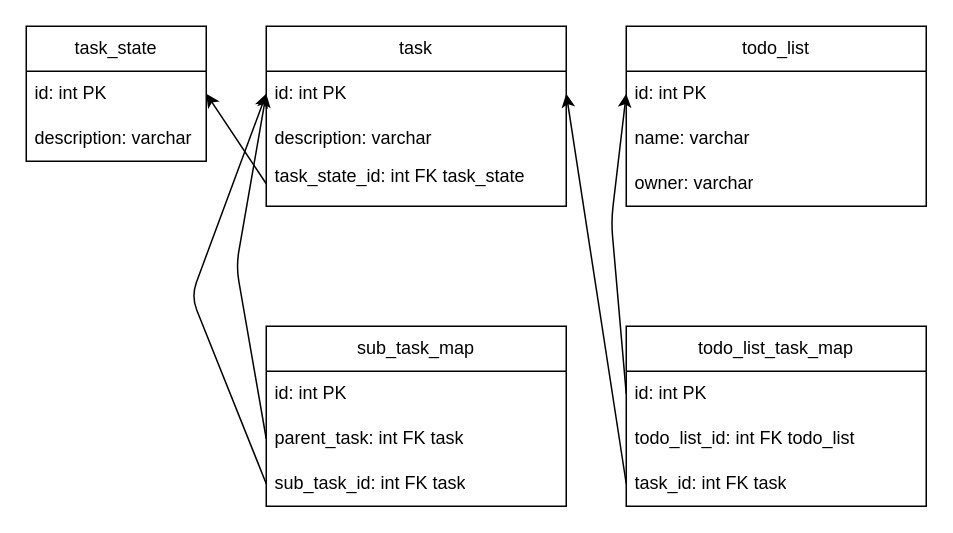
Above: doc/schema.drawio in DomenicoDErasmo/todo (draw.io), before the change. Source tidied: cells renumbered, new cells numbered last; positions are measured from the earlier drawing's top-left corner, leaving out a move shared by most shapes. Both pictures are drawn from the tidied source at 150%, with x=0, y=0 at pixel (26, 26).
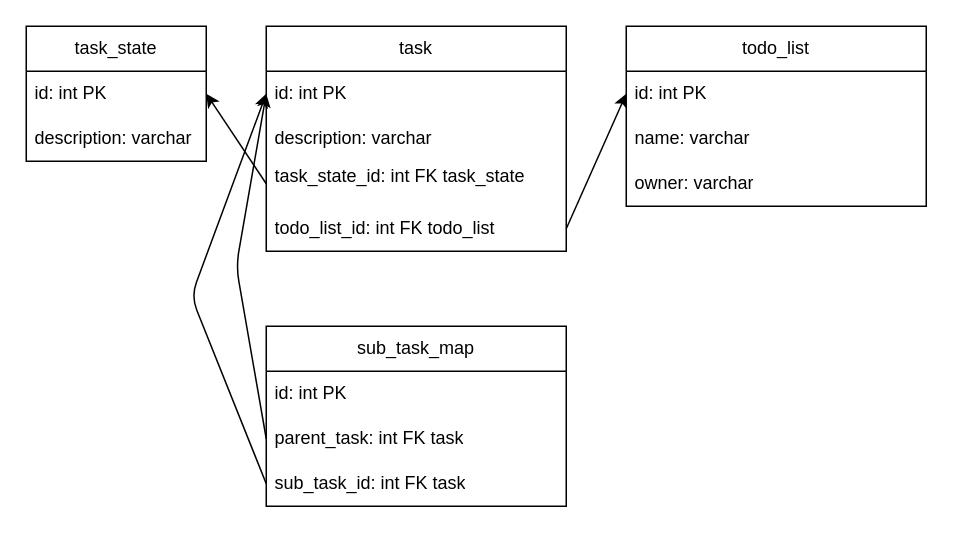
After the change.

The change refers to these unchanged cells:
```xml
<mxCell id="6" value="id: int PK" style="text;strokeColor=none;fillColor=none;align=left;verticalAlign=middle;spacingLeft=4;spacingRight=4;overflow=hidden;points=[[0,0.5],[1,0.5]];portConstraint=eastwest;whiteSpace=wrap;html=1;" parent="5" vertex="1">
  <mxGeometry y="30" width="200" height="30" as="geometry" />
</mxCell>
<mxCell id="11" value="id: int PK" style="text;strokeColor=none;fillColor=none;align=left;verticalAlign=middle;spacingLeft=4;spacingRight=4;overflow=hidden;points=[[0,0.5],[1,0.5]];portConstraint=eastwest;whiteSpace=wrap;html=1;" parent="10" vertex="1">
  <mxGeometry y="30" width="200" height="30" as="geometry" />
</mxCell>
```

What changed in the source:
```diff
@@
     <mxCell id="5" value="task" style="swimlane;fontStyle=0;horizontal=1;startSize=30;whiteSpace=wrap;html=1;" parent="1" vertex="1">
-      <mxGeometry x="160" width="200" height="120" as="geometry" />
+      <mxGeometry x="160" width="200" height="150" as="geometry" />
     </mxCell>
@@
+    <mxCell id="22" value="todo_list_id: int FK todo_list" style="text;strokeColor=none;fillColor=none;align=left;verticalAlign=middle;spacingLeft=4;spacingRight=4;overflow=hidden;points=[[0,0.5],[1,0.5]];portConstraint=eastwest;whiteSpace=wrap;html=1;" parent="5" vertex="1">
+      <mxGeometry y="120" width="200" height="30" as="geometry" />
+    </mxCell>
@@
-    <mxCell id="20" value="todo_list_task_map" style="swimlane;fontStyle=0;horizontal=1;startSize=30;whiteSpace=wrap;html=1;" parent="1" vertex="1">
-      <mxGeometry x="400" y="200" width="200" height="120" as="geometry" />
-    </mxCell>
-    <mxCell id="21" value="id: int PK" style="text;strokeColor=none;fillColor=none;align=left;verticalAlign=middle;spacingLeft=4;spacingRight=4;overflow=hidden;points=[[0,0.5],[1,0.5]];portConstraint=eastwest;whiteSpace=wrap;html=1;" parent="20" vertex="1">
-      <mxGeometry y="30" width="200" height="30" as="geometry" />
-    </mxCell>
-    <mxCell id="22" value="todo_list_id: int FK todo_list" style="text;strokeColor=none;fillColor=none;align=left;verticalAlign=middle;spacingLeft=4;spacingRight=4;overflow=hidden;points=[[0,0.5],[1,0.5]];portConstraint=eastwest;whiteSpace=wrap;html=1;" parent="20" vertex="1">
-      <mxGeometry y="60" width="200" height="30" as="geometry" />
-    </mxCell>
-    <mxCell id="23" value="task_id: int FK task" style="text;strokeColor=none;fillColor=none;align=left;verticalAlign=middle;spacingLeft=4;spacingRight=4;overflow=hidden;points=[[0,0.5],[1,0.5]];portConstraint=eastwest;whiteSpace=wrap;html=1;" parent="20" vertex="1">
-      <mxGeometry y="90" width="200" height="30" as="geometry" />
-    </mxCell>
-    <mxCell id="24" style="edgeStyle=none;html=1;entryX=1;entryY=0.5;entryDx=0;entryDy=0;exitX=0;exitY=0.5;exitDx=0;exitDy=0;" parent="1" edge="1" source="23" target="6">
-      <mxGeometry relative="1" as="geometry" />
-    </mxCell>
-    <mxCell id="25" style="edgeStyle=none;html=1;entryX=0;entryY=0.5;entryDx=0;entryDy=0;exitX=0;exitY=0.5;exitDx=0;exitDy=0;" parent="1" edge="1" source="21" target="11">
-      <mxGeometry relative="1" as="geometry">
-        <Array as="points">
-          <mxPoint x="390" y="130" />
-        </Array>
-      </mxGeometry>
-    </mxCell>
+    <mxCell id="26" style="edgeStyle=none;html=1;entryX=0;entryY=0.5;entryDx=0;entryDy=0;exitX=1;exitY=0.5;exitDx=0;exitDy=0;" parent="1" edge="1" source="22" target="11">
+      <mxGeometry relative="1" as="geometry" />
+    </mxCell>
```
